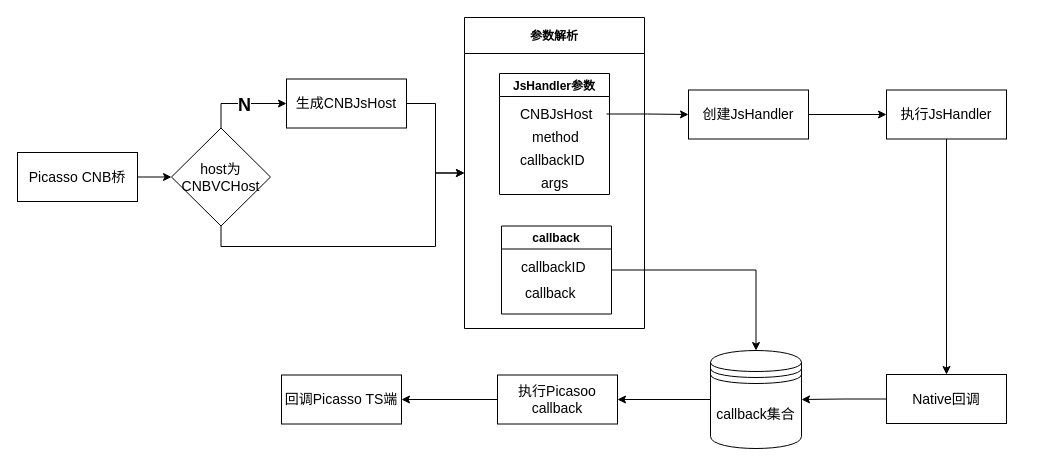
The draw.io diagram Untitled Diagram.drawio in hpk1994/chart, before the edit. Source tidied: cells renumbered, new cells numbered last; positions are measured from the earlier drawing's top-left corner, leaving out a move shared by most shapes. Both pictures are drawn from the tidied source at 100%, with x=0, y=0 at pixel (17, 17).
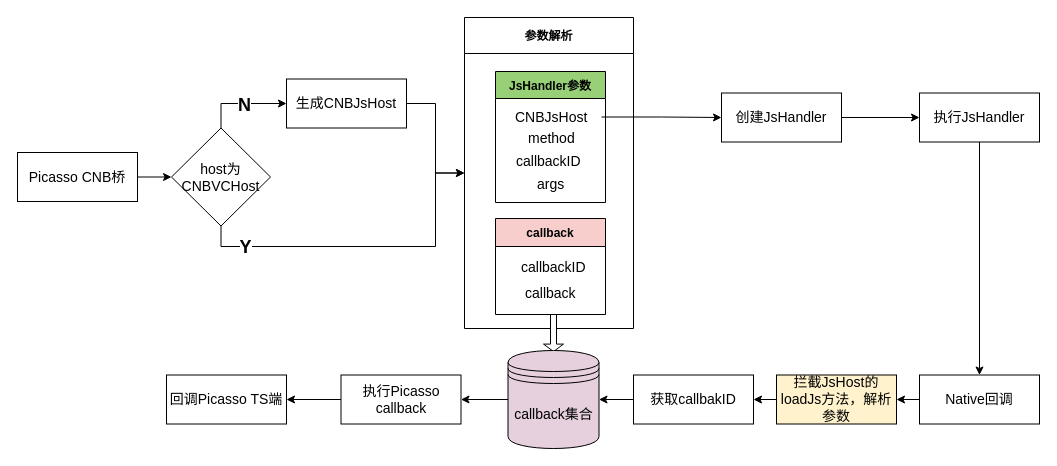
Above is the later version.

The change refers to these unchanged cells:
```xml
<mxCell id="6" style="edgeStyle=orthogonalEdgeStyle;rounded=0;jettySize=auto;html=1;exitX=0.5;exitY=1;exitDx=0;exitDy=0;entryX=0;entryY=0.5;entryDx=0;entryDy=0;" parent="1" edge="1" source="7" target="10">
  <mxGeometry relative="1" as="geometry">
    <Array as="points">
      <mxPoint x="204" y="229" />
      <mxPoint x="418" y="229" />
      <mxPoint x="418" y="156" />
    </Array>
  </mxGeometry>
</mxCell>
```

Diff of the diagram source:
```diff
@@
+    <mxCell id="32" value="&lt;font style=&quot;font-size: 18px&quot;&gt;&lt;b&gt;Y&lt;/b&gt;&lt;/font&gt;" style="text;html=1;align=center;verticalAlign=middle;labelBackgroundColor=#ffffff;" parent="6" vertex="1">
+      <mxGeometry x="-0.74" relative="1" as="geometry" />
+    </mxCell>
@@
     <mxCell id="10" value="参数解析" style="swimlane;startSize=36;" parent="1" vertex="1">
-      <mxGeometry x="447" width="180" height="311" as="geometry" />
+      <mxGeometry x="447" width="169" height="311" as="geometry" />
     </mxCell>
-    <mxCell id="11" value="JsHandler参数" style="swimlane;" parent="10" vertex="1">
-      <mxGeometry x="35" y="56" width="110" height="121" as="geometry" />
+    <mxCell id="11" value="JsHandler参数" style="swimlane;fillColor=#97D077;startSize=27;" parent="10" vertex="1">
+      <mxGeometry x="31" y="54" width="110" height="131" as="geometry" />
     </mxCell>
     <mxCell id="12" value="&lt;span style=&quot;font-size: 14px&quot;&gt;method&lt;/span&gt;" style="text;html=1;align=left;verticalAlign=top;spacingTop=-4;" parent="11" vertex="1">
-      <mxGeometry x="31" y="52.5" width="66" height="22" as="geometry" />
+      <mxGeometry x="31" y="55.5" width="66" height="22" as="geometry" />
     </mxCell>
     <mxCell id="13" value="&lt;span style=&quot;font-size: 14px&quot;&gt;callbackID&lt;/span&gt;" style="text;html=1;align=left;verticalAlign=top;spacingTop=-4;" parent="11" vertex="1">
-      <mxGeometry x="19" y="75.5" width="77" height="22" as="geometry" />
+      <mxGeometry x="19" y="78.5" width="77" height="22" as="geometry" />
     </mxCell>
     <mxCell id="14" value="&lt;span style=&quot;font-size: 14px&quot;&gt;args&lt;/span&gt;" style="text;html=1;align=left;verticalAlign=top;spacingTop=-4;" parent="11" vertex="1">
-      <mxGeometry x="40" y="99" width="44" height="22" as="geometry" />
+      <mxGeometry x="40" y="102" width="44" height="22" as="geometry" />
     </mxCell>
@@
+    <mxCell id="33" style="shape=singleArrow;direction=south;whiteSpace=wrap;html=1;" parent="10" vertex="1">
+      <mxGeometry x="79" y="297" width="20" height="37" as="geometry" />
+    </mxCell>
@@
     <mxCell id="18" value="&lt;font style=&quot;font-size: 14px&quot;&gt;CNBJsHost&lt;/font&gt;" style="text;html=1;points=[];align=left;verticalAlign=top;spacingTop=-4;" parent="1" vertex="1">
-      <mxGeometry x="501" y="85.5" width="88" height="22" as="geometry" />
+      <mxGeometry x="496" y="88.5" width="88" height="22" as="geometry" />
     </mxCell>
-    <mxCell id="19" style="edgeStyle=orthogonalEdgeStyle;rounded=0;jettySize=auto;html=1;exitX=1;exitY=0.5;exitDx=0;exitDy=0;entryX=0.5;entryY=0;entryDx=0;entryDy=0;" parent="1" edge="1" source="20" target="28">
-      <mxGeometry relative="1" as="geometry" />
-    </mxCell>
-    <mxCell id="20" value="callback" style="swimlane;" parent="1" vertex="1">
-      <mxGeometry x="484" y="208.5" width="110" height="88" as="geometry" />
+    <mxCell id="20" value="callback" style="swimlane;fillColor=#F8CECC;startSize=28;" parent="1" vertex="1">
+      <mxGeometry x="478" y="201" width="110" height="96" as="geometry" />
     </mxCell>
@@
     <mxCell id="22" value="&lt;span style=&quot;font-size: 14px&quot;&gt;创建JsHandler&lt;/span&gt;" style="rounded=0;whiteSpace=wrap;html=1;" parent="1" vertex="1">
-      <mxGeometry x="671" y="72.5" width="120" height="49" as="geometry" />
+      <mxGeometry x="704" y="75.5" width="120" height="49" as="geometry" />
     </mxCell>
@@
     <mxCell id="24" value="&lt;span style=&quot;font-size: 14px&quot;&gt;执行JsHandler&lt;/span&gt;" style="rounded=0;whiteSpace=wrap;html=1;" parent="1" vertex="1">
-      <mxGeometry x="869" y="72.5" width="120" height="49" as="geometry" />
+      <mxGeometry x="902" y="75.5" width="120" height="49" as="geometry" />
     </mxCell>
-    <mxCell id="25" style="edgeStyle=orthogonalEdgeStyle;rounded=0;jettySize=auto;html=1;exitX=0;exitY=0.5;exitDx=0;exitDy=0;entryX=1;entryY=0.5;entryDx=0;entryDy=0;" parent="1" edge="1" source="26" target="28">
-      <mxGeometry relative="1" as="geometry" />
-    </mxCell>
+    <mxCell id="34" style="edgeStyle=orthogonalEdgeStyle;rounded=0;jettySize=auto;html=1;exitX=0;exitY=0.5;exitDx=0;exitDy=0;entryX=1;entryY=0.5;entryDx=0;entryDy=0;" parent="1" edge="1" source="26" target="36">
+      <mxGeometry relative="1" as="geometry" />
+    </mxCell>
     <mxCell id="26" value="&lt;span style=&quot;font-size: 14px&quot;&gt;Native回调&lt;/span&gt;" style="rounded=0;whiteSpace=wrap;html=1;" parent="1" vertex="1">
-      <mxGeometry x="869" y="357" width="120" height="49" as="geometry" />
+      <mxGeometry x="902" y="357.5" width="120" height="49" as="geometry" />
     </mxCell>
@@
-    <mxCell id="28" value="&lt;font style=&quot;font-size: 14px&quot;&gt;callback集合&lt;/font&gt;" style="shape=datastore;whiteSpace=wrap;html=1;" parent="1" vertex="1">
-      <mxGeometry x="693" y="333" width="91" height="98" as="geometry" />
+    <mxCell id="28" value="&lt;font style=&quot;font-size: 14px&quot;&gt;callback集合&lt;/font&gt;" style="shape=datastore;whiteSpace=wrap;html=1;fillColor=#E6D0DE;" parent="1" vertex="1">
+      <mxGeometry x="490.5" y="333" width="91" height="98" as="geometry" />
     </mxCell>
@@
-    <mxCell id="30" value="&lt;span style=&quot;font-size: 14px&quot;&gt;执行Picasoo callback&lt;/span&gt;" style="rounded=0;whiteSpace=wrap;html=1;" parent="1" vertex="1">
-      <mxGeometry x="480" y="357.5" width="120" height="49" as="geometry" />
+    <mxCell id="30" value="&lt;span style=&quot;font-size: 14px&quot;&gt;执行Picasso callback&lt;/span&gt;" style="rounded=0;whiteSpace=wrap;html=1;" parent="1" vertex="1">
+      <mxGeometry x="323.5" y="357.5" width="120" height="49" as="geometry" />
     </mxCell>
     <mxCell id="31" value="&lt;span style=&quot;font-size: 14px&quot;&gt;回调Picasso TS端&lt;/span&gt;" style="rounded=0;whiteSpace=wrap;html=1;" parent="1" vertex="1">
-      <mxGeometry x="264" y="357.5" width="120" height="49" as="geometry" />
+      <mxGeometry x="149" y="357.5" width="120" height="49" as="geometry" />
     </mxCell>
+    <mxCell id="35" style="edgeStyle=orthogonalEdgeStyle;rounded=0;jettySize=auto;html=1;exitX=0;exitY=0.5;exitDx=0;exitDy=0;entryX=1;entryY=0.5;entryDx=0;entryDy=0;" parent="1" edge="1" source="36" target="38">
+      <mxGeometry relative="1" as="geometry" />
+    </mxCell>
+    <mxCell id="36" value="&lt;span style=&quot;font-size: 14px&quot;&gt;拦截JsHost的&lt;br&gt;loadJs方法，解析参数&lt;br&gt;&lt;/span&gt;" style="rounded=0;whiteSpace=wrap;html=1;fillColor=#FFF2CC;" parent="1" vertex="1">
+      <mxGeometry x="759" y="357.5" width="120" height="49" as="geometry" />
+    </mxCell>
+    <mxCell id="37" style="edgeStyle=orthogonalEdgeStyle;rounded=0;jettySize=auto;html=1;exitX=0;exitY=0.5;exitDx=0;exitDy=0;entryX=1;entryY=0.5;entryDx=0;entryDy=0;" parent="1" edge="1" source="38" target="28">
+      <mxGeometry relative="1" as="geometry" />
+    </mxCell>
+    <mxCell id="38" value="&lt;span style=&quot;font-size: 14px&quot;&gt;获取callbakID&lt;/span&gt;" style="rounded=0;whiteSpace=wrap;html=1;" parent="1" vertex="1">
+      <mxGeometry x="616" y="357.5" width="120" height="49" as="geometry" />
+    </mxCell>
```
